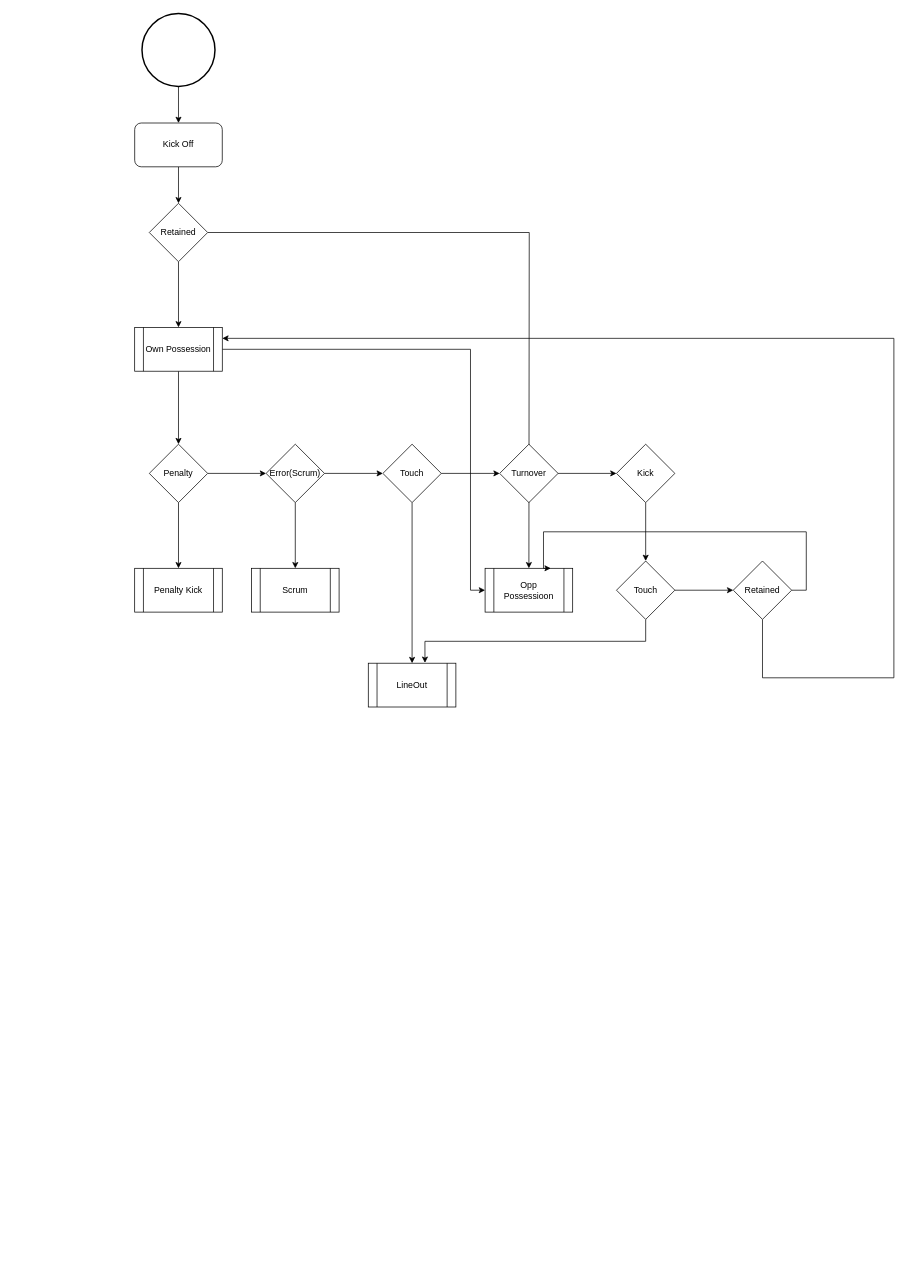
Before: Rugby_Model_Flow.drawio in Kou-ISK/Rugby_Model, a draw.io diagram. Source tidied: cells renumbered, new cells numbered last; positions are measured from the earlier drawing's top-left corner, leaving out a move shared by most shapes. Both pictures are drawn from the tidied source at 73%, with x=0, y=0 at pixel (134, 13).
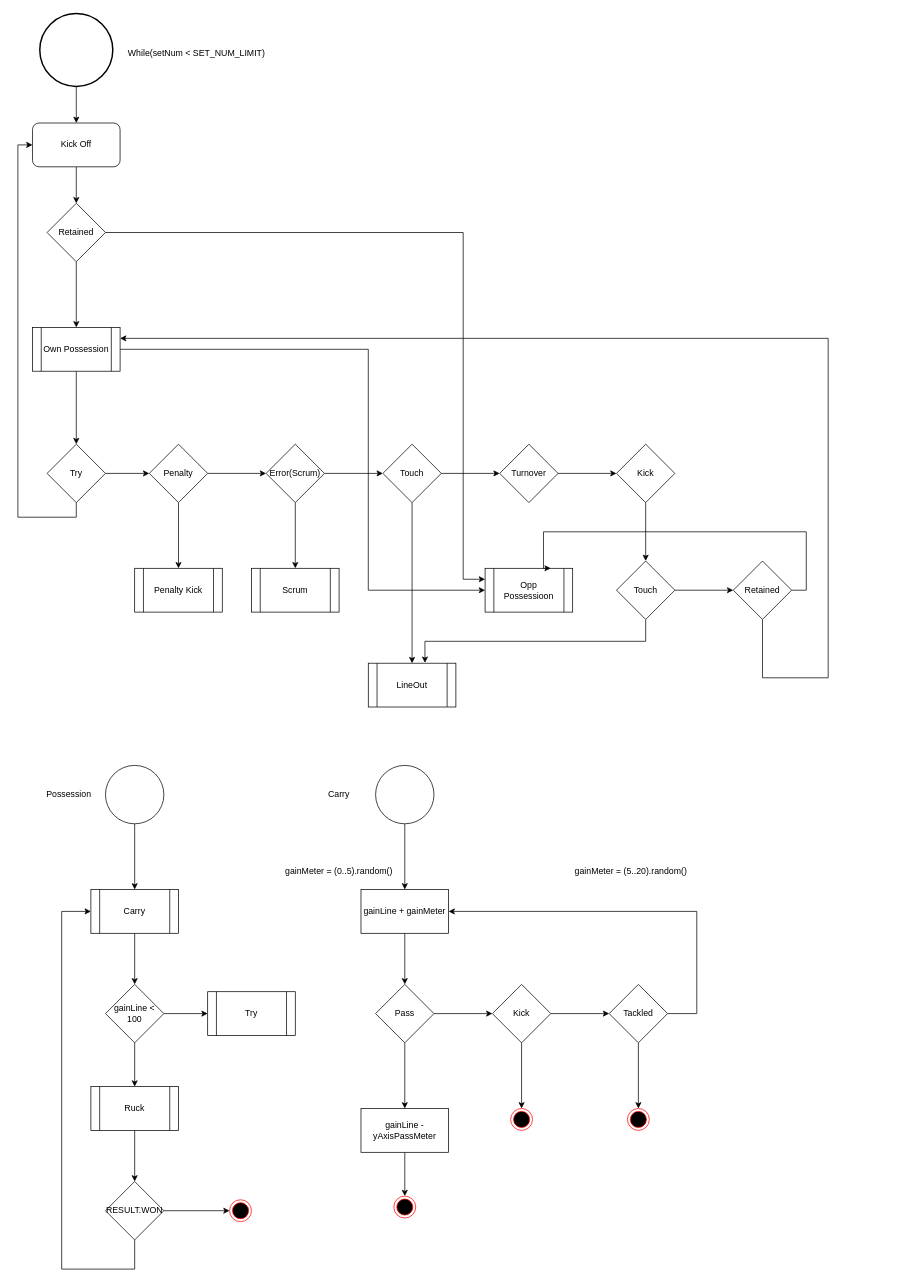
The same diagram, later.

Commit message (it also covers changes not shown here):
feat: Ruck, Carry, Scrum, Restart,Tryを繰り返すように実装 - TODO StackOverflowErrorに対処する

Unchanged cells that the change refers to:
```xml
<mxCell id="11" value="Penalty" style="rhombus;whiteSpace=wrap;html=1;" parent="1" vertex="1">
  <mxGeometry x="20" y="590" width="80" height="80" as="geometry" />
</mxCell>
<mxCell id="14" value="Error(Scrum)" style="rhombus;whiteSpace=wrap;html=1;" parent="1" vertex="1">
  <mxGeometry x="180" y="590" width="80" height="80" as="geometry" />
</mxCell>
<mxCell id="17" value="Touch" style="rhombus;whiteSpace=wrap;html=1;" parent="1" vertex="1">
  <mxGeometry x="340" y="590" width="80" height="80" as="geometry" />
</mxCell>
<mxCell id="25" value="Penalty Kick" style="shape=process;whiteSpace=wrap;html=1;backgroundOutline=1;" parent="1" vertex="1">
  <mxGeometry y="760" width="120" height="60" as="geometry" />
</mxCell>
<mxCell id="26" value="Scrum" style="shape=process;whiteSpace=wrap;html=1;backgroundOutline=1;" parent="1" vertex="1">
  <mxGeometry x="160" y="760" width="120" height="60" as="geometry" />
</mxCell>
<mxCell id="27" value="LineOut" style="shape=process;whiteSpace=wrap;html=1;backgroundOutline=1;" parent="1" vertex="1">
  <mxGeometry x="320" y="890" width="120" height="60" as="geometry" />
</mxCell>
<mxCell id="28" value="Opp Possessioon" style="shape=process;whiteSpace=wrap;html=1;backgroundOutline=1;" parent="1" vertex="1">
  <mxGeometry x="480" y="760" width="120" height="60" as="geometry" />
</mxCell>
<mxCell id="34" value="Retained" style="rhombus;whiteSpace=wrap;html=1;" parent="1" vertex="1">
  <mxGeometry x="820" y="750" width="80" height="80" as="geometry" />
</mxCell>
```

The edit, as a diff of the source:
```diff
@@
     <mxCell id="3" style="strokeWidth=2;html=1;shape=mxgraph.flowchart.start_2;whiteSpace=wrap;" parent="1" vertex="1">
-      <mxGeometry x="10" width="100" height="100" as="geometry" />
+      <mxGeometry x="-130" width="100" height="100" as="geometry" />
     </mxCell>
@@
     <mxCell id="5" value="Kick Off" style="rounded=1;whiteSpace=wrap;html=1;" parent="1" vertex="1">
-      <mxGeometry y="150" width="120" height="60" as="geometry" />
+      <mxGeometry x="-140" y="150" width="120" height="60" as="geometry" />
     </mxCell>
-    <mxCell id="6" style="edgeStyle=orthogonalEdgeStyle;rounded=0;jettySize=auto;html=1;" parent="1" edge="1" source="8">
+    <mxCell id="6" style="edgeStyle=orthogonalEdgeStyle;rounded=0;jettySize=auto;html=1;entryX=0;entryY=0.25;entryDx=0;entryDy=0;" parent="1" edge="1" source="8" target="28">
       <mxGeometry relative="1" as="geometry">
-        <mxPoint x="540" y="760" as="targetPoint" />
+        <Array as="points">
+          <mxPoint x="450" y="300" />
+          <mxPoint x="450" y="775" />
+        </Array>
       </mxGeometry>
     </mxCell>
@@
     <mxCell id="8" value="Retained" style="rhombus;whiteSpace=wrap;html=1;" parent="1" vertex="1">
-      <mxGeometry x="20" y="260" width="80" height="80" as="geometry" />
+      <mxGeometry x="-120" y="260" width="80" height="80" as="geometry" />
     </mxCell>
-    <mxCell id="9" style="edgeStyle=orthogonalEdgeStyle;rounded=0;jettySize=auto;html=1;" parent="1" edge="1" source="11" target="14">
+    <mxCell id="9" style="edgeStyle=orthogonalEdgeStyle;rounded=0;jettySize=auto;html=1;exitX=1;exitY=0.5;exitDx=0;exitDy=0;" parent="1" edge="1" source="11" target="14">
       <mxGeometry relative="1" as="geometry" />
     </mxCell>
-    <mxCell id="10" style="edgeStyle=orthogonalEdgeStyle;rounded=0;jettySize=auto;html=1;entryX=0.5;entryY=0;entryDx=0;entryDy=0;" parent="1" edge="1" source="11" target="25">
+    <mxCell id="10" style="edgeStyle=orthogonalEdgeStyle;rounded=0;jettySize=auto;html=1;entryX=0.5;entryY=0;entryDx=0;entryDy=0;entryPerimeter=0;" parent="1" edge="1" source="11" target="25">
       <mxGeometry relative="1" as="geometry" />
     </mxCell>
@@
-    <mxCell id="13" style="edgeStyle=orthogonalEdgeStyle;rounded=0;jettySize=auto;html=1;" parent="1" edge="1" source="14" target="26">
+    <mxCell id="13" style="edgeStyle=orthogonalEdgeStyle;rounded=0;jettySize=auto;html=1;entryX=0.5;entryY=0;entryDx=0;entryDy=0;" parent="1" edge="1" source="14" target="26">
       <mxGeometry relative="1" as="geometry" />
     </mxCell>
@@
-    <mxCell id="16" style="edgeStyle=orthogonalEdgeStyle;rounded=0;jettySize=auto;html=1;" parent="1" edge="1" source="17" target="27">
+    <mxCell id="16" style="edgeStyle=orthogonalEdgeStyle;rounded=0;jettySize=auto;html=1;entryX=0.5;entryY=0;entryDx=0;entryDy=0;" parent="1" edge="1" source="17" target="27">
       <mxGeometry relative="1" as="geometry" />
     </mxCell>
@@
-    <mxCell id="22" style="edgeStyle=orthogonalEdgeStyle;rounded=0;jettySize=auto;html=1;" parent="1" edge="1" source="24" target="11">
-      <mxGeometry relative="1" as="geometry" />
-    </mxCell>
     <mxCell id="23" style="edgeStyle=orthogonalEdgeStyle;rounded=0;jettySize=auto;html=1;exitX=1;exitY=0.5;exitDx=0;exitDy=0;entryX=0;entryY=0.5;entryDx=0;entryDy=0;" parent="1" edge="1" source="24" target="28">
       <mxGeometry relative="1" as="geometry">
         <Array as="points">
-          <mxPoint x="460" y="460" />
-          <mxPoint x="460" y="790" />
+          <mxPoint x="320" y="460" />
+          <mxPoint x="320" y="790" />
         </Array>
       </mxGeometry>
     </mxCell>
+    <mxCell id="35" style="edgeStyle=orthogonalEdgeStyle;rounded=0;jettySize=auto;html=1;" parent="1" edge="1" source="24" target="74">
+      <mxGeometry relative="1" as="geometry" />
+    </mxCell>
     <mxCell id="24" value="Own Possession" style="shape=process;whiteSpace=wrap;html=1;backgroundOutline=1;" parent="1" vertex="1">
-      <mxGeometry y="430" width="120" height="60" as="geometry" />
+      <mxGeometry x="-140" y="430" width="120" height="60" as="geometry" />
     </mxCell>
@@
     <mxCell id="32" style="edgeStyle=orthogonalEdgeStyle;rounded=0;jettySize=auto;html=1;entryX=1;entryY=0.25;entryDx=0;entryDy=0;" parent="1" edge="1" source="34" target="24">
       <mxGeometry relative="1" as="geometry">
         <Array as="points">
           <mxPoint x="860" y="910" />
-          <mxPoint x="1040" y="910" />
-          <mxPoint x="1040" y="445" />
+          <mxPoint x="950" y="910" />
+          <mxPoint x="950" y="445" />
         </Array>
       </mxGeometry>
     </mxCell>
@@
+    <mxCell id="36" style="edgeStyle=orthogonalEdgeStyle;rounded=0;jettySize=auto;html=1;entryX=0.5;entryY=0;entryDx=0;entryDy=0;" parent="1" edge="1" source="37" target="43">
+      <mxGeometry relative="1" as="geometry" />
+    </mxCell>
+    <mxCell id="37" style="ellipse;whiteSpace=wrap;html=1;" parent="1" vertex="1">
+      <mxGeometry x="-40" y="1030" width="80" height="80" as="geometry" />
+    </mxCell>
+    <mxCell id="38" value="Possession" style="text;html=1;strokeColor=none;fillColor=none;align=center;verticalAlign=middle;whiteSpace=wrap;rounded=0;" parent="1" vertex="1">
+      <mxGeometry x="-120" y="1055" width="60" height="30" as="geometry" />
+    </mxCell>
+    <mxCell id="39" style="edgeStyle=orthogonalEdgeStyle;rounded=0;jettySize=auto;html=1;exitX=0.5;exitY=1;exitDx=0;exitDy=0;" parent="1" edge="1" source="43" target="42">
+      <mxGeometry relative="1" as="geometry" />
+    </mxCell>
+    <mxCell id="40" style="edgeStyle=orthogonalEdgeStyle;rounded=0;jettySize=auto;html=1;" parent="1" edge="1" source="42" target="46">
+      <mxGeometry relative="1" as="geometry" />
+    </mxCell>
+    <mxCell id="41" style="edgeStyle=orthogonalEdgeStyle;rounded=0;jettySize=auto;html=1;entryX=0.5;entryY=0;entryDx=0;entryDy=0;" parent="1" edge="1" source="42" target="45">
+      <mxGeometry relative="1" as="geometry" />
+    </mxCell>
+    <mxCell id="42" value="gainLine &amp;lt; 100" style="rhombus;whiteSpace=wrap;html=1;" parent="1" vertex="1">
+      <mxGeometry x="-40" y="1330" width="80" height="80" as="geometry" />
+    </mxCell>
+    <mxCell id="43" value="Carry" style="shape=process;whiteSpace=wrap;html=1;backgroundOutline=1;" parent="1" vertex="1">
+      <mxGeometry x="-60" y="1200" width="120" height="60" as="geometry" />
+    </mxCell>
+    <mxCell id="44" style="edgeStyle=orthogonalEdgeStyle;rounded=0;jettySize=auto;html=1;" parent="1" edge="1" source="45" target="60">
+      <mxGeometry relative="1" as="geometry" />
+    </mxCell>
+    <mxCell id="45" value="Ruck" style="shape=process;whiteSpace=wrap;html=1;backgroundOutline=1;" parent="1" vertex="1">
+      <mxGeometry x="-60" y="1470" width="120" height="60" as="geometry" />
+    </mxCell>
+    <mxCell id="46" value="Try" style="shape=process;whiteSpace=wrap;html=1;backgroundOutline=1;" parent="1" vertex="1">
+      <mxGeometry x="100" y="1340" width="120" height="60" as="geometry" />
+    </mxCell>
+    <mxCell id="47" style="edgeStyle=orthogonalEdgeStyle;rounded=0;jettySize=auto;html=1;" parent="1" edge="1" source="48" target="51">
+      <mxGeometry relative="1" as="geometry" />
+    </mxCell>
+    <mxCell id="48" style="ellipse;whiteSpace=wrap;html=1;" parent="1" vertex="1">
+      <mxGeometry x="330" y="1030" width="80" height="80" as="geometry" />
+    </mxCell>
+    <mxCell id="49" value="Carry" style="text;html=1;strokeColor=none;fillColor=none;align=center;verticalAlign=middle;whiteSpace=wrap;rounded=0;" parent="1" vertex="1">
+      <mxGeometry x="250" y="1055" width="60" height="30" as="geometry" />
+    </mxCell>
+    <mxCell id="50" style="edgeStyle=orthogonalEdgeStyle;rounded=0;jettySize=auto;html=1;" parent="1" edge="1" source="51" target="54">
+      <mxGeometry relative="1" as="geometry" />
+    </mxCell>
+    <mxCell id="51" value="gainLine + gainMeter" style="whiteSpace=wrap;html=1;" parent="1" vertex="1">
+      <mxGeometry x="310" y="1200" width="120" height="60" as="geometry" />
+    </mxCell>
+    <mxCell id="52" style="edgeStyle=orthogonalEdgeStyle;rounded=0;jettySize=auto;html=1;" parent="1" edge="1" source="54" target="56">
+      <mxGeometry relative="1" as="geometry" />
+    </mxCell>
+    <mxCell id="53" style="edgeStyle=orthogonalEdgeStyle;rounded=0;jettySize=auto;html=1;" parent="1" edge="1" source="54" target="64">
+      <mxGeometry relative="1" as="geometry" />
+    </mxCell>
+    <mxCell id="54" value="Pass" style="rhombus;whiteSpace=wrap;html=1;" parent="1" vertex="1">
+      <mxGeometry x="330" y="1330" width="80" height="80" as="geometry" />
+    </mxCell>
+    <mxCell id="55" style="edgeStyle=orthogonalEdgeStyle;rounded=0;jettySize=auto;html=1;" parent="1" edge="1" source="56" target="57">
+      <mxGeometry relative="1" as="geometry" />
+    </mxCell>
+    <mxCell id="56" value="gainLine - yAxisPassMeter" style="whiteSpace=wrap;html=1;" parent="1" vertex="1">
+      <mxGeometry x="310" y="1500" width="120" height="60" as="geometry" />
+    </mxCell>
+    <mxCell id="57" style="ellipse;html=1;shape=endState;fillColor=#000000;strokeColor=#ff0000;" parent="1" vertex="1">
+      <mxGeometry x="355" y="1620" width="30" height="30" as="geometry" />
+    </mxCell>
+    <mxCell id="58" style="edgeStyle=orthogonalEdgeStyle;rounded=0;jettySize=auto;html=1;entryX=0;entryY=0.5;entryDx=0;entryDy=0;" parent="1" edge="1" source="60" target="43">
+      <mxGeometry relative="1" as="geometry">
+        <Array as="points">
+          <mxPoint y="1720" />
+          <mxPoint x="-100" y="1720" />
+          <mxPoint x="-100" y="1230" />
+        </Array>
+      </mxGeometry>
+    </mxCell>
+    <mxCell id="59" style="edgeStyle=orthogonalEdgeStyle;rounded=0;jettySize=auto;html=1;entryX=0;entryY=0.5;entryDx=0;entryDy=0;" parent="1" edge="1" source="60" target="61">
+      <mxGeometry relative="1" as="geometry" />
+    </mxCell>
+    <mxCell id="60" value="RESULT.WON" style="rhombus;whiteSpace=wrap;html=1;" parent="1" vertex="1">
+      <mxGeometry x="-40" y="1600" width="80" height="80" as="geometry" />
+    </mxCell>
+    <mxCell id="61" style="ellipse;html=1;shape=endState;fillColor=#000000;strokeColor=#ff0000;" parent="1" vertex="1">
+      <mxGeometry x="130" y="1625" width="30" height="30" as="geometry" />
+    </mxCell>
+    <mxCell id="62" style="edgeStyle=orthogonalEdgeStyle;rounded=0;jettySize=auto;html=1;" parent="1" edge="1" source="64" target="67">
+      <mxGeometry relative="1" as="geometry" />
+    </mxCell>
+    <mxCell id="63" style="edgeStyle=orthogonalEdgeStyle;rounded=0;jettySize=auto;html=1;entryX=0.5;entryY=0;entryDx=0;entryDy=0;" parent="1" edge="1" source="64" target="70">
+      <mxGeometry relative="1" as="geometry" />
+    </mxCell>
+    <mxCell id="64" value="Kick" style="rhombus;whiteSpace=wrap;html=1;" parent="1" vertex="1">
+      <mxGeometry x="490" y="1330" width="80" height="80" as="geometry" />
+    </mxCell>
+    <mxCell id="65" style="edgeStyle=orthogonalEdgeStyle;rounded=0;jettySize=auto;html=1;entryX=1;entryY=0.5;entryDx=0;entryDy=0;" parent="1" edge="1" source="67" target="51">
+      <mxGeometry relative="1" as="geometry">
+        <Array as="points">
+          <mxPoint x="770" y="1370" />
+          <mxPoint x="770" y="1230" />
+        </Array>
+      </mxGeometry>
+    </mxCell>
+    <mxCell id="66" style="edgeStyle=orthogonalEdgeStyle;rounded=0;jettySize=auto;html=1;" parent="1" edge="1" source="67" target="71">
+      <mxGeometry relative="1" as="geometry" />
+    </mxCell>
+    <mxCell id="67" value="Tackled" style="rhombus;whiteSpace=wrap;html=1;" parent="1" vertex="1">
+      <mxGeometry x="650" y="1330" width="80" height="80" as="geometry" />
+    </mxCell>
+    <mxCell id="68" value="gainMeter = (0..5).random()" style="text;html=1;strokeColor=none;fillColor=none;align=center;verticalAlign=middle;whiteSpace=wrap;rounded=0;" parent="1" vertex="1">
+      <mxGeometry x="200" y="1160" width="160" height="30" as="geometry" />
+    </mxCell>
+    <mxCell id="69" value="gainMeter = (5..20).random()" style="text;html=1;strokeColor=none;fillColor=none;align=center;verticalAlign=middle;whiteSpace=wrap;rounded=0;" parent="1" vertex="1">
+      <mxGeometry x="600" y="1160" width="160" height="30" as="geometry" />
+    </mxCell>
+    <mxCell id="70" style="ellipse;html=1;shape=endState;fillColor=#000000;strokeColor=#ff0000;" parent="1" vertex="1">
+      <mxGeometry x="515" y="1500" width="30" height="30" as="geometry" />
+    </mxCell>
+    <mxCell id="71" style="ellipse;html=1;shape=endState;fillColor=#000000;strokeColor=#ff0000;" parent="1" vertex="1">
+      <mxGeometry x="675" y="1500" width="30" height="30" as="geometry" />
+    </mxCell>
+    <mxCell id="72" style="edgeStyle=orthogonalEdgeStyle;rounded=0;jettySize=auto;html=1;" parent="1" edge="1" source="74" target="11">
+      <mxGeometry relative="1" as="geometry" />
+    </mxCell>
+    <mxCell id="73" style="edgeStyle=orthogonalEdgeStyle;rounded=0;jettySize=auto;html=1;entryX=0;entryY=0.5;entryDx=0;entryDy=0;" parent="1" edge="1" source="74" target="5">
+      <mxGeometry relative="1" as="geometry">
+        <Array as="points">
+          <mxPoint x="-80" y="690" />
+          <mxPoint x="-160" y="690" />
+          <mxPoint x="-160" y="180" />
+        </Array>
+      </mxGeometry>
+    </mxCell>
+    <mxCell id="74" value="Try" style="rhombus;whiteSpace=wrap;html=1;" parent="1" vertex="1">
+      <mxGeometry x="-120" y="590" width="80" height="80" as="geometry" />
+    </mxCell>
+    <mxCell id="75" value="While(setNum &amp;lt; SET_NUM_LIMIT)" style="text;html=1;strokeColor=none;fillColor=none;align=center;verticalAlign=middle;whiteSpace=wrap;rounded=0;" parent="1" vertex="1">
+      <mxGeometry x="-20" y="40" width="210" height="30" as="geometry" />
+    </mxCell>
```
